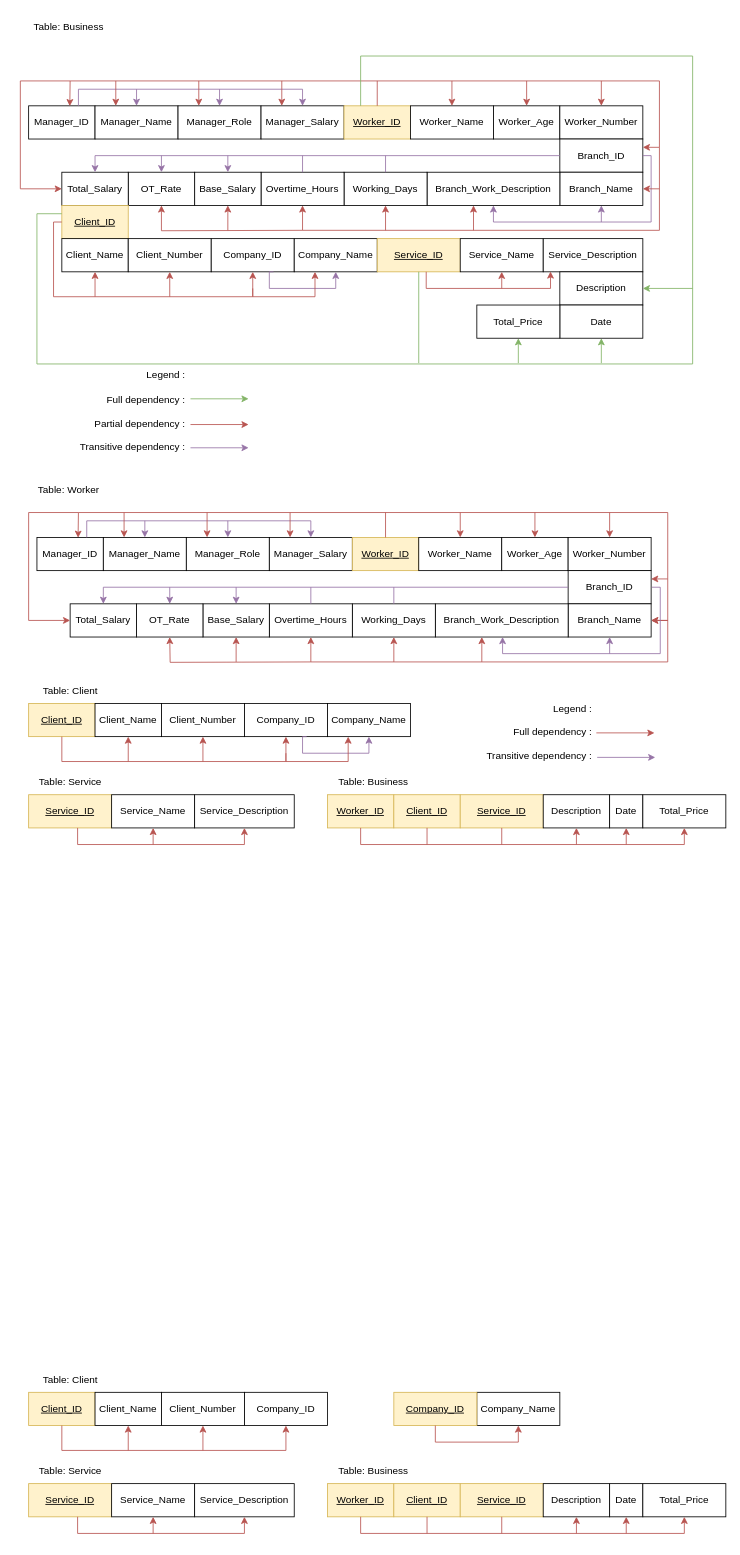
Above: normalizationWIA2001assg.drawio in justn0thinghere/drawio (draw.io), before the change. Source tidied: cells renumbered, new cells numbered last; positions are measured from the earlier drawing's top-left corner, leaving out a move shared by most shapes. Both pictures are drawn from the tidied source at 83%, with x=0, y=0 at pixel (20, 14).
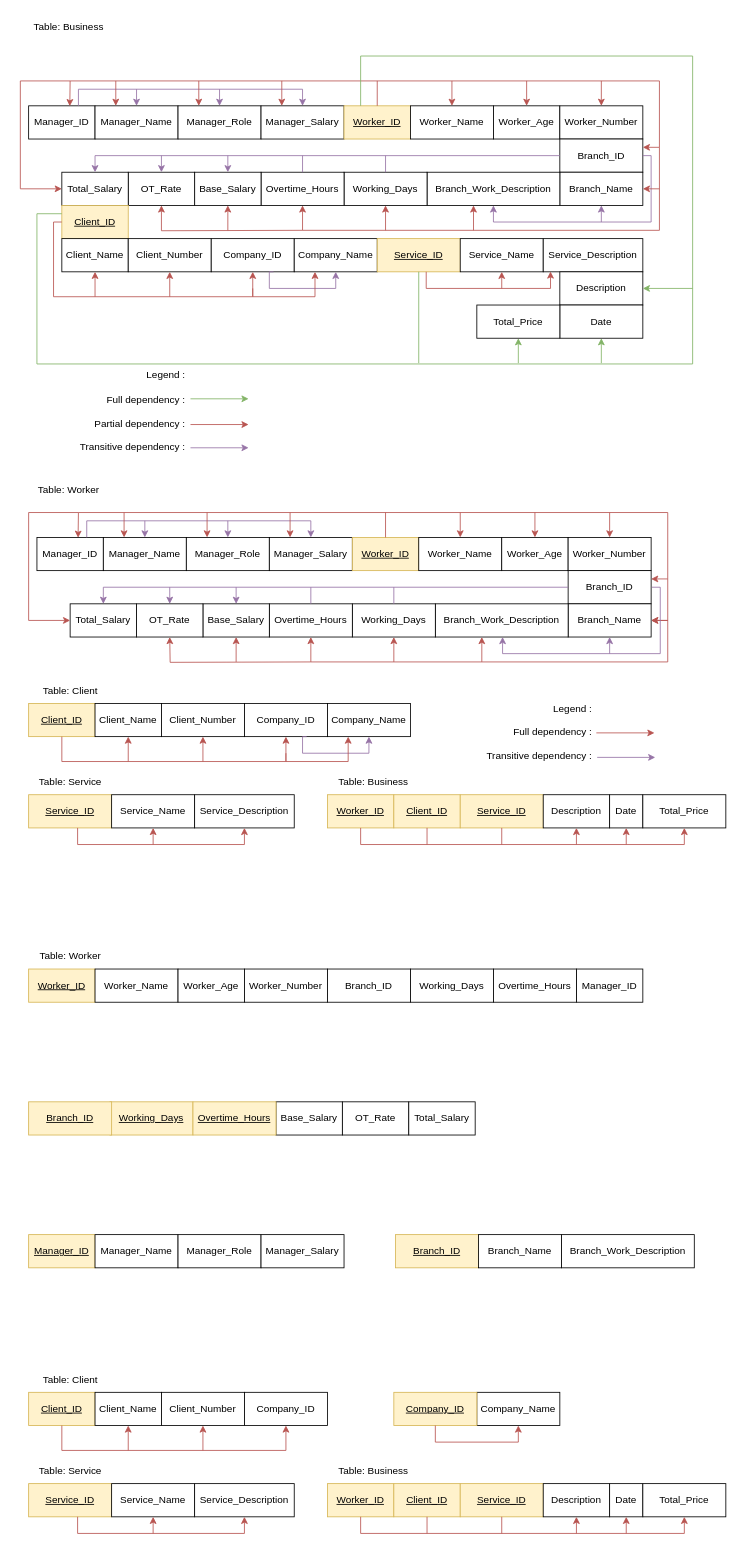
The same diagram, later.

Change to the diagram source:
```diff
@@
+    <mxCell id="185" value="Manager_ID" style="rounded=0;whiteSpace=wrap;html=1;" parent="1" vertex="1">
+      <mxGeometry x="670" y="1150" width="80" height="40" as="geometry" />
+    </mxCell>
+    <mxCell id="186" value="&lt;u&gt;Worker_ID&lt;/u&gt;" style="rounded=0;whiteSpace=wrap;html=1;fillColor=#fff2cc;strokeColor=#d6b656;" parent="1" vertex="1">
+      <mxGeometry x="10" y="1150" width="80" height="40" as="geometry" />
+    </mxCell>
+    <mxCell id="187" value="Worker_Name" style="rounded=0;whiteSpace=wrap;html=1;" parent="1" vertex="1">
+      <mxGeometry x="90" y="1150" width="100" height="40" as="geometry" />
+    </mxCell>
+    <mxCell id="188" value="Worker_Age" style="rounded=0;whiteSpace=wrap;html=1;" parent="1" vertex="1">
+      <mxGeometry x="190" y="1150" width="80" height="40" as="geometry" />
+    </mxCell>
+    <mxCell id="189" value="Worker_Number" style="rounded=0;whiteSpace=wrap;html=1;" parent="1" vertex="1">
+      <mxGeometry x="270" y="1150" width="100" height="40" as="geometry" />
+    </mxCell>
+    <mxCell id="190" value="Branch_ID" style="rounded=0;whiteSpace=wrap;html=1;" parent="1" vertex="1">
+      <mxGeometry x="370" y="1150" width="100" height="40" as="geometry" />
+    </mxCell>
+    <mxCell id="191" value="Working_Days" style="rounded=0;whiteSpace=wrap;html=1;" parent="1" vertex="1">
+      <mxGeometry x="470" y="1150" width="100" height="40" as="geometry" />
+    </mxCell>
+    <mxCell id="192" value="Overtime_Hours" style="rounded=0;whiteSpace=wrap;html=1;" parent="1" vertex="1">
+      <mxGeometry x="570" y="1150" width="100" height="40" as="geometry" />
+    </mxCell>
+    <mxCell id="193" value="Base_Salary" style="rounded=0;whiteSpace=wrap;html=1;" parent="1" vertex="1">
+      <mxGeometry x="308" y="1310" width="80" height="40" as="geometry" />
+    </mxCell>
+    <mxCell id="194" value="OT_Rate" style="rounded=0;whiteSpace=wrap;html=1;" parent="1" vertex="1">
+      <mxGeometry x="388" y="1310" width="80" height="40" as="geometry" />
+    </mxCell>
+    <mxCell id="195" value="Total_Salary" style="rounded=0;whiteSpace=wrap;html=1;" parent="1" vertex="1">
+      <mxGeometry x="468" y="1310" width="80" height="40" as="geometry" />
+    </mxCell>
+    <mxCell id="196" value="Table: Worker" style="text;html=1;align=center;verticalAlign=middle;strokeColor=none;fillColor=none;" parent="1" vertex="1">
+      <mxGeometry x="10" y="1120" width="100" height="30" as="geometry" />
+    </mxCell>
+    <mxCell id="197" value="&lt;u&gt;Manager_ID&lt;/u&gt;" style="rounded=0;whiteSpace=wrap;html=1;fillColor=#fff2cc;strokeColor=#d6b656;" parent="1" vertex="1">
+      <mxGeometry x="10" y="1470" width="80" height="40" as="geometry" />
+    </mxCell>
+    <mxCell id="198" value="Manager_Name" style="rounded=0;whiteSpace=wrap;html=1;" parent="1" vertex="1">
+      <mxGeometry x="90" y="1470" width="100" height="40" as="geometry" />
+    </mxCell>
+    <mxCell id="199" value="Manager_Role" style="rounded=0;whiteSpace=wrap;html=1;" parent="1" vertex="1">
+      <mxGeometry x="190" y="1470" width="100" height="40" as="geometry" />
+    </mxCell>
+    <mxCell id="200" value="Manager_Salary" style="rounded=0;whiteSpace=wrap;html=1;" parent="1" vertex="1">
+      <mxGeometry x="290" y="1470" width="100" height="40" as="geometry" />
+    </mxCell>
+    <mxCell id="201" value="&lt;u&gt;Branch_ID&lt;/u&gt;" style="rounded=0;whiteSpace=wrap;html=1;fillColor=#fff2cc;strokeColor=#d6b656;" parent="1" vertex="1">
+      <mxGeometry x="452" y="1470" width="100" height="40" as="geometry" />
+    </mxCell>
+    <mxCell id="202" value="Branch_Name" style="rounded=0;whiteSpace=wrap;html=1;" parent="1" vertex="1">
+      <mxGeometry x="552" y="1470" width="100" height="40" as="geometry" />
+    </mxCell>
+    <mxCell id="203" value="Branch_Work_Description" style="rounded=0;whiteSpace=wrap;html=1;" parent="1" vertex="1">
+      <mxGeometry x="652" y="1470" width="160" height="40" as="geometry" />
+    </mxCell>
+    <mxCell id="204" value="&lt;u&gt;Working_Days&lt;/u&gt;" style="rounded=0;whiteSpace=wrap;html=1;fillColor=#fff2cc;strokeColor=#d6b656;" parent="1" vertex="1">
+      <mxGeometry x="108" y="1310" width="100" height="40" as="geometry" />
+    </mxCell>
+    <mxCell id="205" value="&lt;u&gt;Overtime_Hours&lt;/u&gt;" style="rounded=0;whiteSpace=wrap;html=1;fillColor=#fff2cc;strokeColor=#d6b656;" parent="1" vertex="1">
+      <mxGeometry x="208" y="1310" width="100" height="40" as="geometry" />
+    </mxCell>
+    <mxCell id="206" value="&lt;u&gt;Branch_ID&lt;/u&gt;" style="rounded=0;whiteSpace=wrap;html=1;fillColor=#fff2cc;strokeColor=#d6b656;" parent="1" vertex="1">
+      <mxGeometry x="10" y="1310" width="100" height="40" as="geometry" />
+    </mxCell>
```
